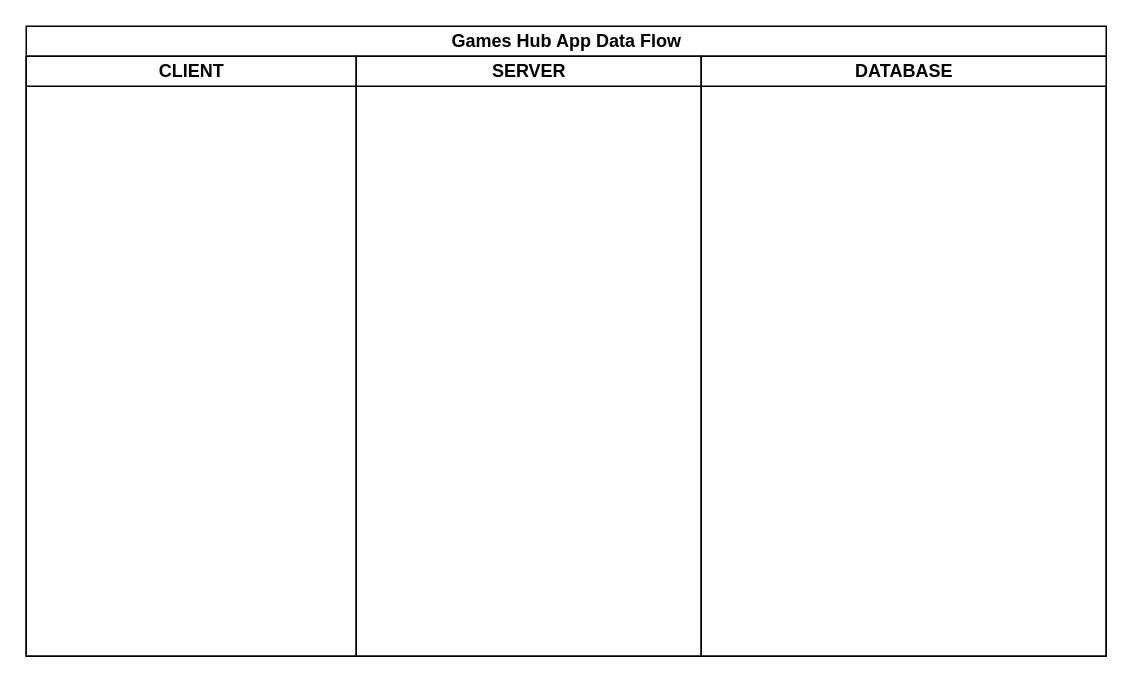
Earlier version of the draw.io diagram dataflow.drawio (Stanhoucke/fullstack_relationships_gameshub_hw). Source tidied: cells renumbered, new cells numbered last; positions are measured from the earlier drawing's top-left corner, leaving out a move shared by most shapes. Both pictures are drawn from the tidied source at 150%, with x=0, y=0 at pixel (26, 26).
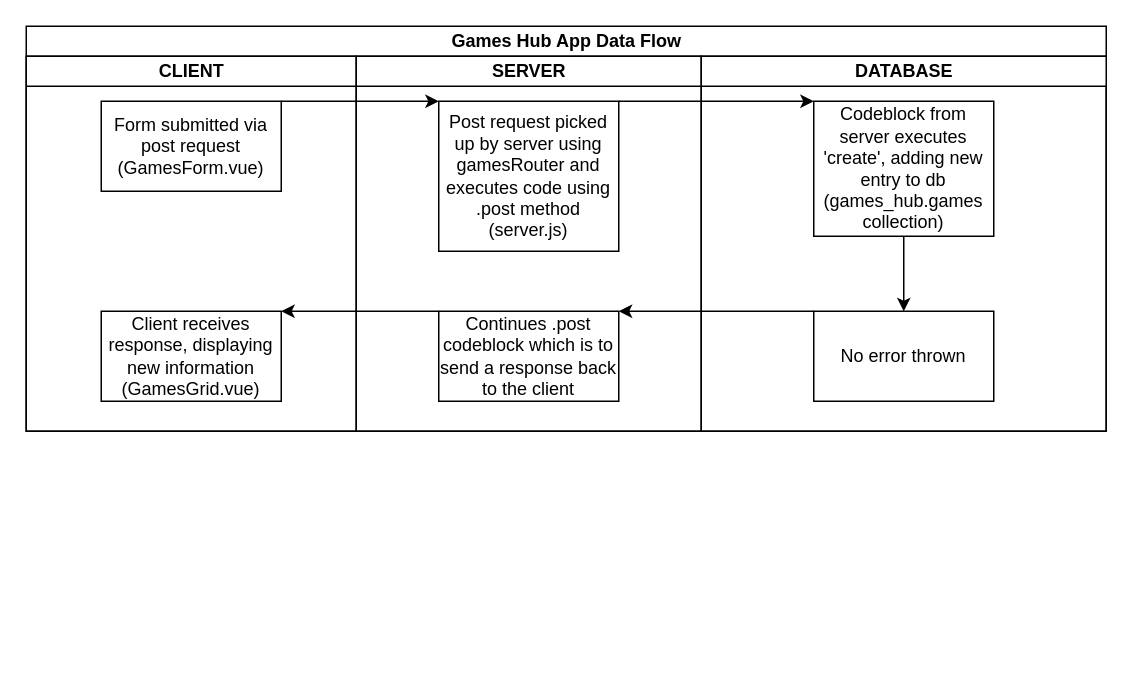
After the change.

What changed in the source:
```diff
@@
     <mxCell id="2" value="Games Hub App Data Flow" style="swimlane;html=1;startSize=20;" parent="1" vertex="1">
-      <mxGeometry width="720" height="420" as="geometry" />
+      <mxGeometry width="720" height="270" as="geometry" />
     </mxCell>
     <mxCell id="3" value="CLIENT" style="swimlane;html=1;startSize=20;" parent="2" vertex="1">
-      <mxGeometry y="20" width="220" height="400" as="geometry" />
+      <mxGeometry y="20" width="220" height="250" as="geometry" />
     </mxCell>
+    <mxCell id="6" value="Form submitted via post request&lt;br&gt;(GamesForm.vue)" style="rounded=0;whiteSpace=wrap;html=1;" parent="3" vertex="1">
+      <mxGeometry x="50" y="30" width="120" height="60" as="geometry" />
+    </mxCell>
+    <mxCell id="7" value="Client receives response, displaying new information&lt;br&gt;(GamesGrid.vue)" style="rounded=0;whiteSpace=wrap;html=1;" parent="3" vertex="1">
+      <mxGeometry x="50" y="170" width="120" height="60" as="geometry" />
+    </mxCell>
     <mxCell id="4" value="SERVER" style="swimlane;html=1;startSize=20;" parent="2" vertex="1">
-      <mxGeometry x="220" y="20" width="230" height="400" as="geometry" />
+      <mxGeometry x="220" y="20" width="230" height="250" as="geometry" />
     </mxCell>
+    <mxCell id="8" value="Post request picked up by server using gamesRouter and executes code using .post method&lt;br&gt;(server.js)" style="rounded=0;whiteSpace=wrap;html=1;" parent="4" vertex="1">
+      <mxGeometry x="55" y="30" width="120" height="100" as="geometry" />
+    </mxCell>
+    <mxCell id="9" value="Continues .post codeblock which is to send a response back to the client" style="rounded=0;whiteSpace=wrap;html=1;" parent="4" vertex="1">
+      <mxGeometry x="55" y="170" width="120" height="60" as="geometry" />
+    </mxCell>
     <mxCell id="5" value="DATABASE" style="swimlane;html=1;startSize=20;" parent="2" vertex="1">
-      <mxGeometry x="450" y="20" width="270" height="400" as="geometry" />
+      <mxGeometry x="450" y="20" width="270" height="250" as="geometry" />
     </mxCell>
+    <mxCell id="10" style="edgeStyle=orthogonalEdgeStyle;rounded=0;jettySize=auto;html=1;exitX=0.5;exitY=1;exitDx=0;exitDy=0;entryX=0.5;entryY=0;entryDx=0;entryDy=0;" parent="5" edge="1" source="11" target="12">
+      <mxGeometry relative="1" as="geometry" />
+    </mxCell>
+    <mxCell id="11" value="Codeblock from server executes 'create', adding new entry to db&lt;br&gt;(games_hub.games collection)" style="rounded=0;whiteSpace=wrap;html=1;" parent="5" vertex="1">
+      <mxGeometry x="75" y="30" width="120" height="90" as="geometry" />
+    </mxCell>
+    <mxCell id="12" value="No error thrown" style="rounded=0;whiteSpace=wrap;html=1;" parent="5" vertex="1">
+      <mxGeometry x="75" y="170" width="120" height="60" as="geometry" />
+    </mxCell>
+    <mxCell id="13" style="edgeStyle=orthogonalEdgeStyle;rounded=0;jettySize=auto;html=1;exitX=1;exitY=0;exitDx=0;exitDy=0;entryX=0;entryY=0;entryDx=0;entryDy=0;" parent="2" edge="1" source="6" target="8">
+      <mxGeometry relative="1" as="geometry">
+        <Array as="points">
+          <mxPoint x="230" y="50" />
+          <mxPoint x="230" y="50" />
+        </Array>
+      </mxGeometry>
+    </mxCell>
+    <mxCell id="14" style="edgeStyle=orthogonalEdgeStyle;rounded=0;jettySize=auto;html=1;exitX=1;exitY=0;exitDx=0;exitDy=0;entryX=0;entryY=0;entryDx=0;entryDy=0;" parent="2" edge="1" source="8" target="11">
+      <mxGeometry relative="1" as="geometry">
+        <Array as="points">
+          <mxPoint x="460" y="50" />
+          <mxPoint x="460" y="50" />
+        </Array>
+      </mxGeometry>
+    </mxCell>
+    <mxCell id="15" style="edgeStyle=orthogonalEdgeStyle;rounded=0;jettySize=auto;html=1;exitX=0;exitY=0;exitDx=0;exitDy=0;entryX=1;entryY=0;entryDx=0;entryDy=0;" parent="2" edge="1" source="12" target="9">
+      <mxGeometry relative="1" as="geometry">
+        <Array as="points">
+          <mxPoint x="460" y="190" />
+          <mxPoint x="460" y="190" />
+        </Array>
+      </mxGeometry>
+    </mxCell>
+    <mxCell id="16" style="edgeStyle=orthogonalEdgeStyle;rounded=0;jettySize=auto;html=1;exitX=0;exitY=0;exitDx=0;exitDy=0;entryX=1;entryY=0;entryDx=0;entryDy=0;" parent="2" edge="1" source="9" target="7">
+      <mxGeometry relative="1" as="geometry">
+        <Array as="points">
+          <mxPoint x="220" y="190" />
+          <mxPoint x="220" y="190" />
+        </Array>
+      </mxGeometry>
+    </mxCell>
```
